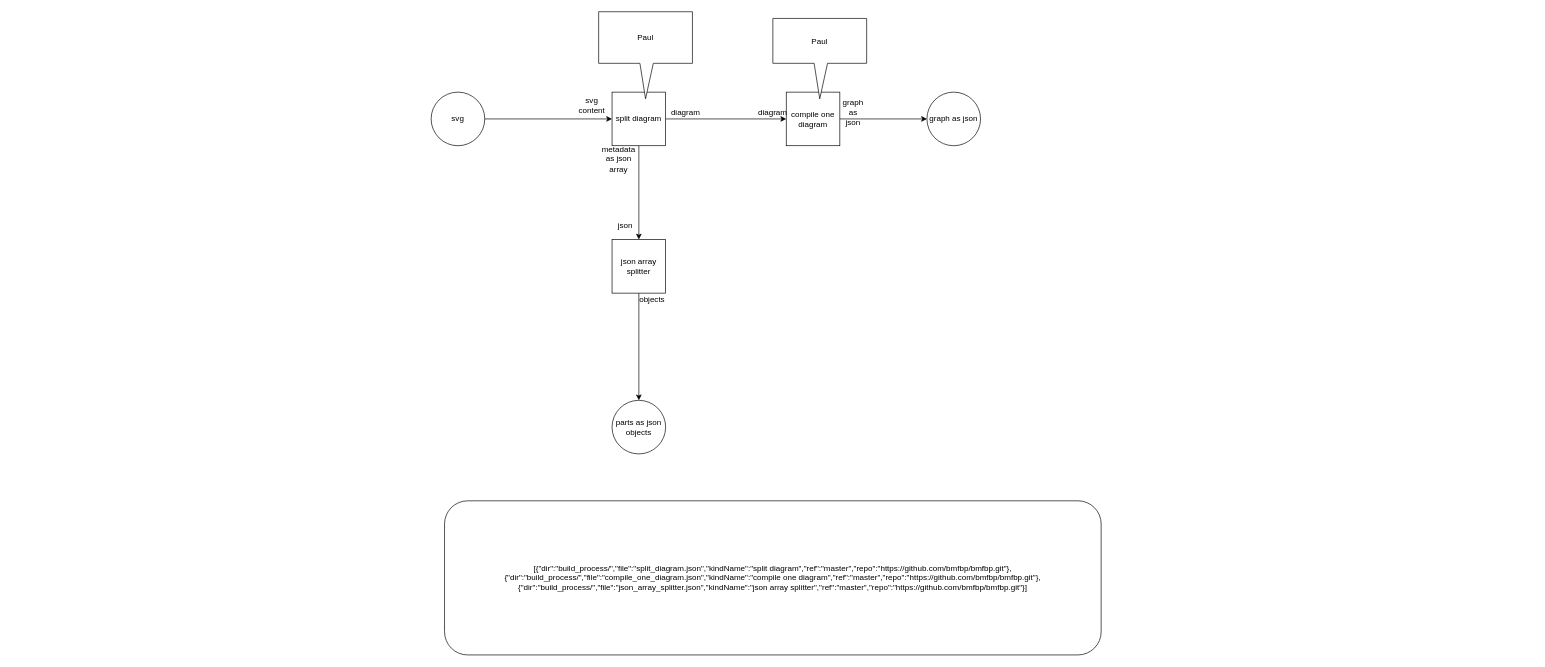
Before: page "compile_composite.svg" (3 of 3) of build_process/build_process.drawio in bmfbp/bmfbp, a draw.io diagram. Source tidied: cells renumbered, new cells numbered last; positions are measured from the earlier drawing's top-left corner, leaving out a move shared by most shapes. Both pictures are drawn from the tidied source at 67%, with x=0, y=0 at pixel (431, 11).
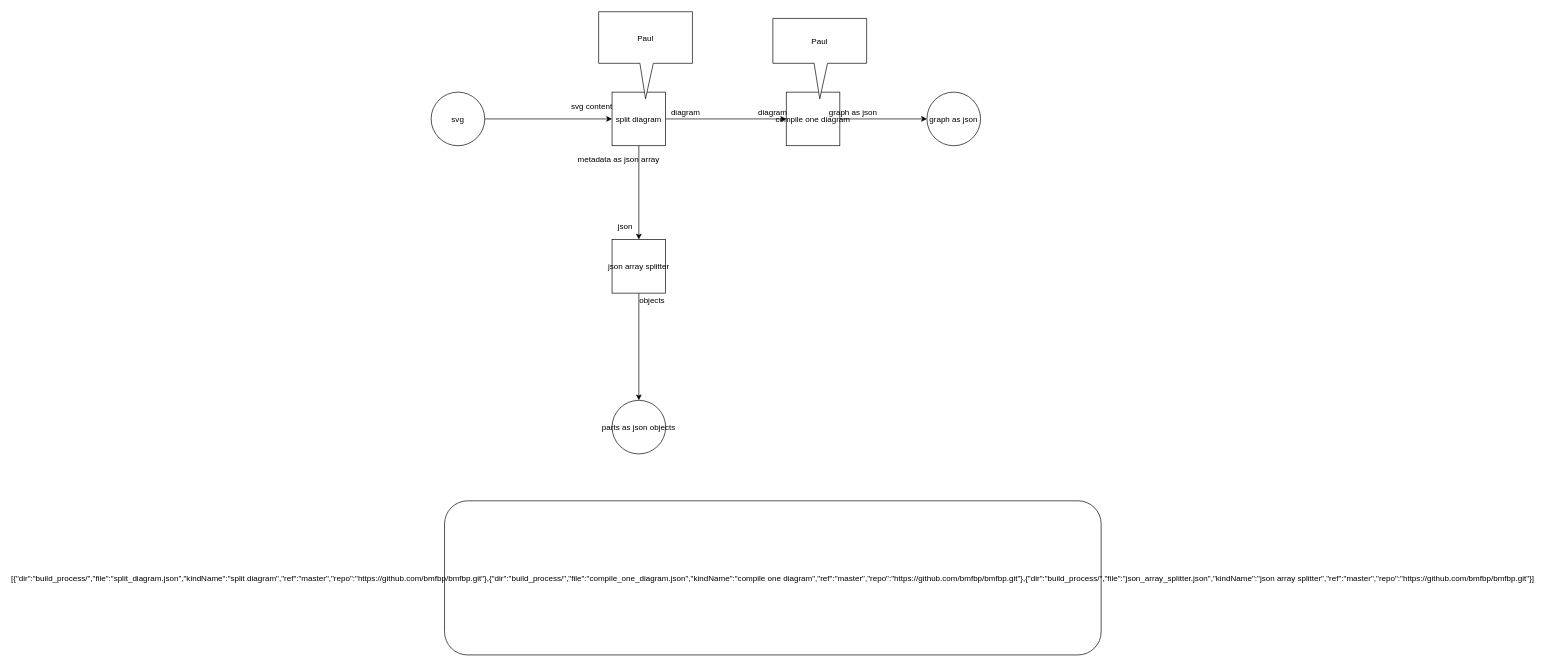
After the change.

Commit message (it also covers changes not shown here):
re-exported svgs from build_process.drawio

Change to the diagram source:
```diff
@@
-    <mxCell id="4" value="split diagram" style="whiteSpace=wrap;html=1;" parent="1" vertex="1">
+    <mxCell id="4" value="split diagram" parent="1" vertex="1">
       <mxGeometry x="270" y="120" width="80" height="80" as="geometry" />
     </mxCell>
@@
-    <mxCell id="6" value="svg content" style="text;html=1;strokeColor=none;fillColor=none;align=center;verticalAlign=middle;whiteSpace=wrap;rounded=0;" parent="1" vertex="1">
+    <mxCell id="6" value="svg content" style="text;strokeColor=none;fillColor=none;align=center;verticalAlign=middle;rounded=0;" parent="1" vertex="1">
       <mxGeometry x="220" y="130" width="40" height="20" as="geometry" />
     </mxCell>
-    <mxCell id="7" value="metadata as json array" style="text;html=1;strokeColor=none;fillColor=none;align=center;verticalAlign=middle;whiteSpace=wrap;rounded=0;" parent="1" vertex="1">
+    <mxCell id="7" value="metadata as json array" style="text;strokeColor=none;fillColor=none;align=center;verticalAlign=middle;rounded=0;" parent="1" vertex="1">
       <mxGeometry x="260" y="210" width="40" height="20" as="geometry" />
     </mxCell>
-    <mxCell id="8" value="diagram" style="text;html=1;strokeColor=none;fillColor=none;align=center;verticalAlign=middle;whiteSpace=wrap;rounded=0;" parent="1" vertex="1">
+    <mxCell id="8" value="diagram" style="text;strokeColor=none;fillColor=none;align=center;verticalAlign=middle;rounded=0;" parent="1" vertex="1">
       <mxGeometry x="360" y="140" width="40" height="20" as="geometry" />
     </mxCell>
@@
-    <mxCell id="10" value="compile one diagram" style="whiteSpace=wrap;html=1;" parent="1" vertex="1">
+    <mxCell id="10" value="compile one diagram" parent="1" vertex="1">
       <mxGeometry x="530" y="120" width="80" height="80" as="geometry" />
     </mxCell>
-    <mxCell id="11" value="diagram" style="text;html=1;strokeColor=none;fillColor=none;align=center;verticalAlign=middle;whiteSpace=wrap;rounded=0;" parent="1" vertex="1">
+    <mxCell id="11" value="diagram" style="text;strokeColor=none;fillColor=none;align=center;verticalAlign=middle;rounded=0;" parent="1" vertex="1">
       <mxGeometry x="490" y="140" width="40" height="20" as="geometry" />
     </mxCell>
-    <mxCell id="12" value="svg" style="ellipse;whiteSpace=wrap;html=1;" parent="1" vertex="1">
+    <mxCell id="12" value="svg" style="ellipse;" parent="1" vertex="1">
       <mxGeometry y="120" width="80" height="80" as="geometry" />
     </mxCell>
-    <mxCell id="13" value="json" style="text;html=1;strokeColor=none;fillColor=none;align=center;verticalAlign=middle;whiteSpace=wrap;rounded=0;" parent="1" vertex="1">
+    <mxCell id="13" value="json" style="text;strokeColor=none;fillColor=none;align=center;verticalAlign=middle;rounded=0;" parent="1" vertex="1">
       <mxGeometry x="270" y="310" width="40" height="20" as="geometry" />
     </mxCell>
-    <mxCell id="14" value="objects" style="text;html=1;strokeColor=none;fillColor=none;align=center;verticalAlign=middle;whiteSpace=wrap;rounded=0;" parent="1" vertex="1">
+    <mxCell id="14" value="objects" style="text;strokeColor=none;fillColor=none;align=center;verticalAlign=middle;rounded=0;" parent="1" vertex="1">
       <mxGeometry x="310" y="420" width="40" height="20" as="geometry" />
     </mxCell>
@@
-    <mxCell id="16" value="json array splitter" style="whiteSpace=wrap;html=1;" parent="1" vertex="1">
+    <mxCell id="16" value="json array splitter" parent="1" vertex="1">
       <mxGeometry x="270" y="340" width="80" height="80" as="geometry" />
     </mxCell>
-    <mxCell id="17" value="parts as json objects" style="ellipse;whiteSpace=wrap;html=1;" parent="1" vertex="1">
+    <mxCell id="17" value="parts as json objects" style="ellipse;" parent="1" vertex="1">
       <mxGeometry x="270" y="580" width="80" height="80" as="geometry" />
     </mxCell>
-    <mxCell id="18" value="graph as json" style="text;html=1;strokeColor=none;fillColor=none;align=center;verticalAlign=middle;whiteSpace=wrap;rounded=0;" parent="1" vertex="1">
+    <mxCell id="18" value="graph as json" style="text;strokeColor=none;fillColor=none;align=center;verticalAlign=middle;rounded=0;" parent="1" vertex="1">
       <mxGeometry x="610" y="140" width="40" height="20" as="geometry" />
     </mxCell>
-    <mxCell id="19" value="graph as json" style="ellipse;whiteSpace=wrap;html=1;" parent="1" vertex="1">
+    <mxCell id="19" value="graph as json" style="ellipse;" parent="1" vertex="1">
       <mxGeometry x="740" y="120" width="80" height="80" as="geometry" />
     </mxCell>
-    <mxCell id="20" value="Paul" style="shape=callout;whiteSpace=wrap;html=1;perimeter=calloutPerimeter;size=53;position=0.44;" parent="1" vertex="1">
+    <mxCell id="20" value="Paul" style="shape=callout;perimeter=calloutPerimeter;size=53;position=0.44;" parent="1" vertex="1">
       <mxGeometry x="510" y="10" width="140" height="120" as="geometry" />
     </mxCell>
-    <mxCell id="21" value="Paul" style="shape=callout;whiteSpace=wrap;html=1;perimeter=calloutPerimeter;size=53;position=0.44;" parent="1" vertex="1">
+    <mxCell id="21" value="Paul" style="shape=callout;perimeter=calloutPerimeter;size=53;position=0.44;" parent="1" vertex="1">
       <mxGeometry x="250" width="140" height="130" as="geometry" />
     </mxCell>
-    <mxCell id="22" value="&lt;span&gt;[{&quot;dir&quot;:&quot;build_process/&quot;,&quot;file&quot;:&quot;split_diagram.json&quot;,&quot;kindName&quot;:&quot;split diagram&quot;,&quot;ref&quot;:&quot;master&quot;,&quot;repo&quot;:&quot;https://github.com/bmfbp/bmfbp.git&quot;},{&quot;dir&quot;:&quot;build_process/&quot;,&quot;file&quot;:&quot;compile_one_diagram.json&quot;,&quot;kindName&quot;:&quot;compile one diagram&quot;,&quot;ref&quot;:&quot;master&quot;,&quot;repo&quot;:&quot;https://github.com/bmfbp/bmfbp.git&quot;},{&quot;dir&quot;:&quot;build_process/&quot;,&quot;file&quot;:&quot;json_array_splitter.json&quot;,&quot;kindName&quot;:&quot;json array splitter&quot;,&quot;ref&quot;:&quot;master&quot;,&quot;repo&quot;:&quot;https://github.com/bmfbp/bmfbp.git&quot;}]&lt;/span&gt;" style="rounded=1;whiteSpace=wrap;html=1;" parent="1" vertex="1">
+    <mxCell id="22" value="[{&quot;dir&quot;:&quot;build_process/&quot;,&quot;file&quot;:&quot;split_diagram.json&quot;,&quot;kindName&quot;:&quot;split diagram&quot;,&quot;ref&quot;:&quot;master&quot;,&quot;repo&quot;:&quot;https://github.com/bmfbp/bmfbp.git&quot;},{&quot;dir&quot;:&quot;build_process/&quot;,&quot;file&quot;:&quot;compile_one_diagram.json&quot;,&quot;kindName&quot;:&quot;compile one diagram&quot;,&quot;ref&quot;:&quot;master&quot;,&quot;repo&quot;:&quot;https://github.com/bmfbp/bmfbp.git&quot;},{&quot;dir&quot;:&quot;build_process/&quot;,&quot;file&quot;:&quot;json_array_splitter.json&quot;,&quot;kindName&quot;:&quot;json array splitter&quot;,&quot;ref&quot;:&quot;master&quot;,&quot;repo&quot;:&quot;https://github.com/bmfbp/bmfbp.git&quot;}]" style="rounded=1;" parent="1" vertex="1">
       <mxGeometry x="20" y="730" width="980" height="230" as="geometry" />
     </mxCell>
```
